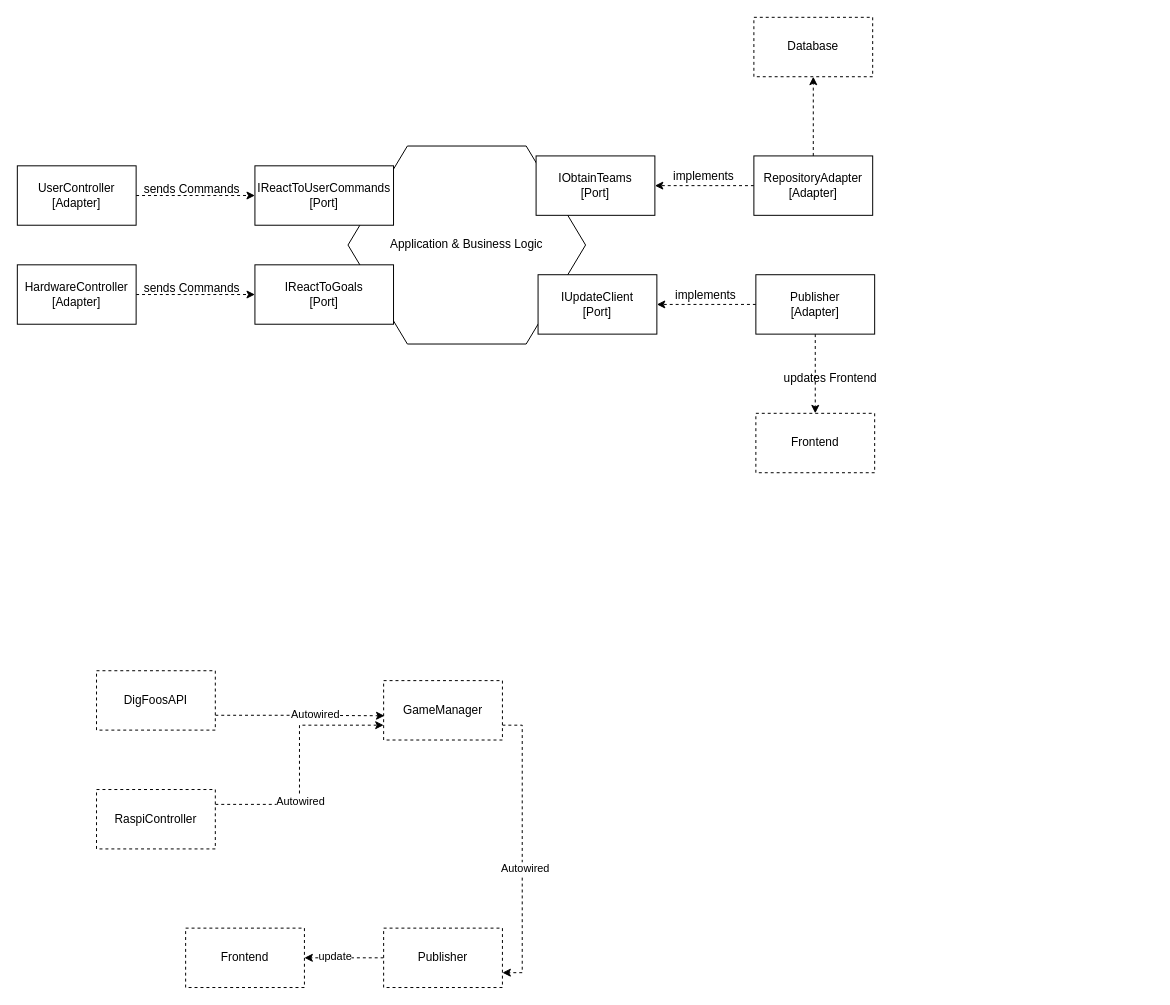
IljaWeber/digitalFoosballPresentation keeps this draw.io diagram as resources/HexagonDiagram.drawio. Above is the earlier version. Source tidied: cells renumbered, new cells numbered last; positions are measured from the earlier drawing's top-left corner, leaving out a move shared by most shapes. Both pictures are drawn from the tidied source at 99%, with x=0, y=0 at pixel (17, 17).
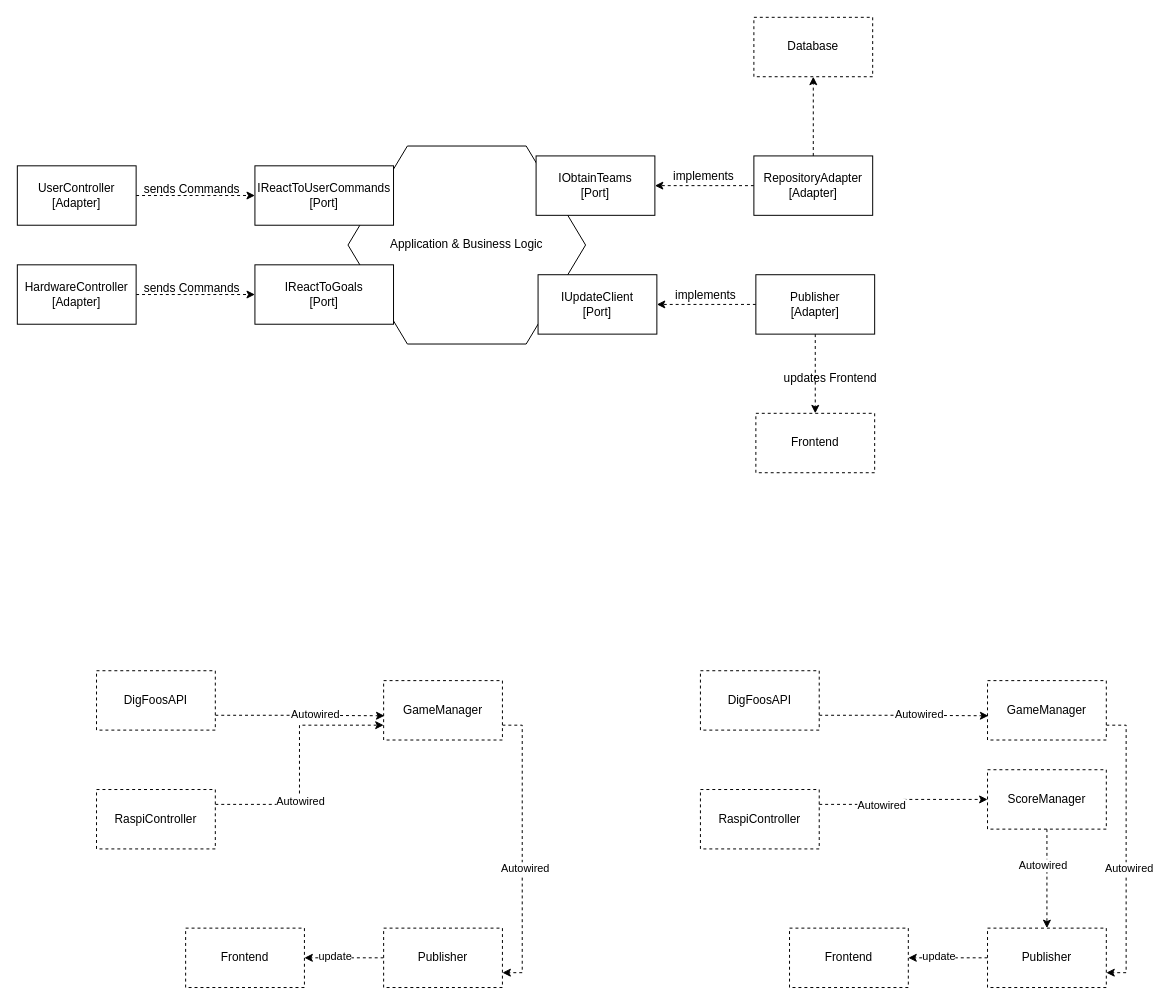
The same diagram, later.

What changed in the source:
```diff
@@
+    <mxCell id="37" style="edgeStyle=orthogonalEdgeStyle;rounded=0;jettySize=auto;html=1;exitX=1;exitY=0.75;exitDx=0;exitDy=0;entryX=0.007;entryY=0.592;entryDx=0;entryDy=0;entryPerimeter=0;dashed=1;" parent="1" edge="1" source="39" target="45">
+      <mxGeometry relative="1" as="geometry" />
+    </mxCell>
+    <mxCell id="38" value="Autowired" style="edgeLabel;html=1;align=center;verticalAlign=middle;" parent="37" vertex="1">
+      <mxGeometry x="0.18" y="2" relative="1" as="geometry" />
+    </mxCell>
+    <mxCell id="39" value="DigFoosAPI" style="rounded=0;whiteSpace=wrap;html=1;dashed=1;strokeColor=#000000;" parent="1" vertex="1">
+      <mxGeometry x="690" y="660" width="120" height="60" as="geometry" />
+    </mxCell>
+    <mxCell id="40" style="edgeStyle=orthogonalEdgeStyle;rounded=0;jettySize=auto;html=1;exitX=1;exitY=0.25;exitDx=0;exitDy=0;entryX=0;entryY=0.5;entryDx=0;entryDy=0;dashed=1;" parent="1" edge="1" source="42" target="52">
+      <mxGeometry relative="1" as="geometry" />
+    </mxCell>
+    <mxCell id="41" value="Autowired" style="edgeLabel;html=1;align=center;verticalAlign=middle;" parent="40" vertex="1">
+      <mxGeometry x="-0.29" relative="1" as="geometry" />
+    </mxCell>
+    <mxCell id="42" value="RaspiController" style="rounded=0;whiteSpace=wrap;html=1;dashed=1;strokeColor=#000000;" parent="1" vertex="1">
+      <mxGeometry x="690" y="780" width="120" height="60" as="geometry" />
+    </mxCell>
+    <mxCell id="43" style="edgeStyle=orthogonalEdgeStyle;rounded=0;jettySize=auto;html=1;exitX=1;exitY=0.75;exitDx=0;exitDy=0;entryX=1;entryY=0.75;entryDx=0;entryDy=0;dashed=1;" parent="1" edge="1" source="45" target="48">
+      <mxGeometry relative="1" as="geometry" />
+    </mxCell>
+    <mxCell id="44" value="Autowired" style="edgeLabel;html=1;align=center;verticalAlign=middle;" parent="43" vertex="1">
+      <mxGeometry x="0.13" y="2" relative="1" as="geometry" />
+    </mxCell>
+    <mxCell id="45" value="GameManager" style="rounded=0;whiteSpace=wrap;html=1;dashed=1;strokeColor=#000000;" parent="1" vertex="1">
+      <mxGeometry x="980" y="670" width="120" height="60" as="geometry" />
+    </mxCell>
+    <mxCell id="46" style="edgeStyle=orthogonalEdgeStyle;rounded=0;jettySize=auto;html=1;dashed=1;" parent="1" edge="1" source="48" target="49">
+      <mxGeometry relative="1" as="geometry" />
+    </mxCell>
+    <mxCell id="47" value="update" style="edgeLabel;html=1;align=center;verticalAlign=middle;" parent="46" vertex="1">
+      <mxGeometry x="0.25" y="-2" relative="1" as="geometry" />
+    </mxCell>
+    <mxCell id="48" value="Publisher" style="rounded=0;whiteSpace=wrap;html=1;dashed=1;strokeColor=#000000;" parent="1" vertex="1">
+      <mxGeometry x="980" y="920" width="120" height="60" as="geometry" />
+    </mxCell>
+    <mxCell id="49" value="Frontend" style="rounded=0;whiteSpace=wrap;html=1;dashed=1;strokeColor=#000000;" parent="1" vertex="1">
+      <mxGeometry x="780" y="920" width="120" height="60" as="geometry" />
+    </mxCell>
+    <mxCell id="50" style="edgeStyle=orthogonalEdgeStyle;rounded=0;jettySize=auto;html=1;exitX=0.5;exitY=1;exitDx=0;exitDy=0;entryX=0.5;entryY=0;entryDx=0;entryDy=0;dashed=1;" parent="1" edge="1" source="52" target="48">
+      <mxGeometry relative="1" as="geometry" />
+    </mxCell>
+    <mxCell id="51" value="Autowired" style="edgeLabel;html=1;align=center;verticalAlign=middle;" parent="50" vertex="1">
+      <mxGeometry x="-0.29" y="-5" relative="1" as="geometry" />
+    </mxCell>
+    <mxCell id="52" value="ScoreManager" style="rounded=0;whiteSpace=wrap;html=1;dashed=1;strokeColor=#000000;" parent="1" vertex="1">
+      <mxGeometry x="980" y="760" width="120" height="60" as="geometry" />
+    </mxCell>
```
